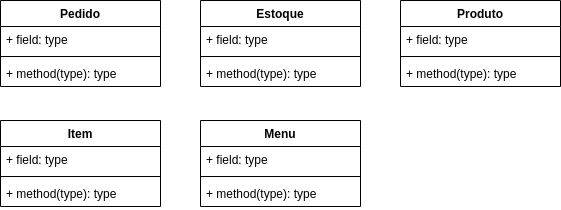
Above: classes.drawio.png in dbserver/desafio-pos-java (draw.io), before the change. Source tidied: cells renumbered, new cells last; positions are measured from the earlier drawing's top-left corner, leaving out a move shared by most shapes.
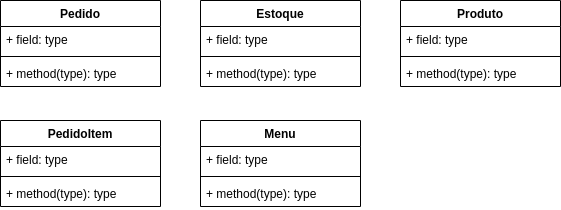
After the change.

Commit message:
Adicionando features de adição de item no pedido e impressão do pedido.

What changed in the source:
```diff
@@ -50,7 +50,7 @@
     <mxCell id="17" value="+ method(type): type" style="text;strokeColor=none;fillColor=none;align=left;verticalAlign=top;spacingLeft=4;spacingRight=4;overflow=hidden;" parent="14" vertex="1">
       <mxGeometry y="60" width="160" height="26" as="geometry" />
     </mxCell>
-    <mxCell id="18" value="Item" style="swimlane;fontStyle=1;align=center;verticalAlign=top;horizontal=1;startSize=26;" parent="1" vertex="1">
+    <mxCell id="18" value="PedidoItem" style="swimlane;fontStyle=1;align=center;verticalAlign=top;horizontal=1;startSize=26;" parent="1" vertex="1">
       <mxGeometry y="120" width="160" height="86" as="geometry" />
     </mxCell>
     <mxCell id="19" value="+ field: type" style="text;strokeColor=none;fillColor=none;align=left;verticalAlign=top;spacingLeft=4;spacingRight=4;overflow=hidden;" parent="18" vertex="1">
```
